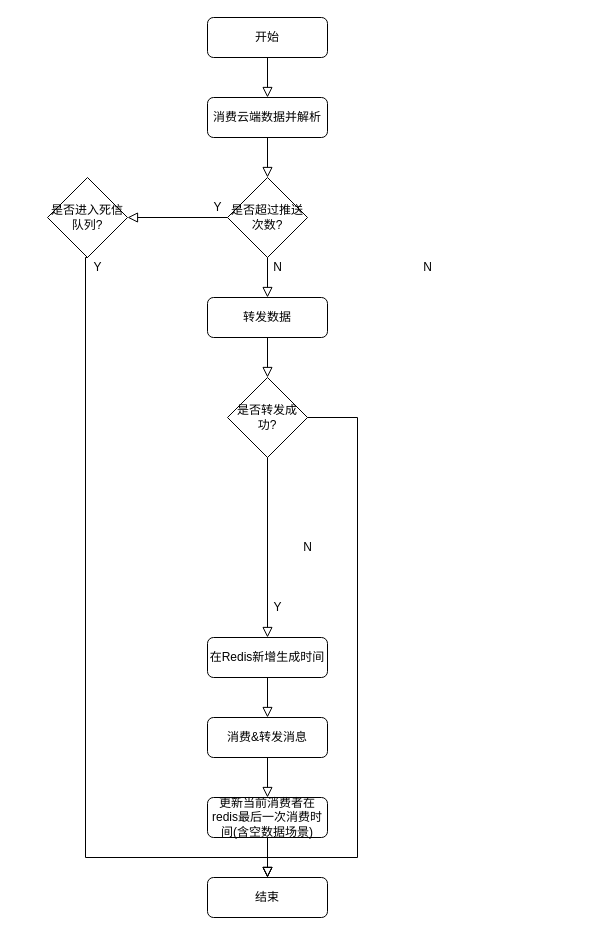
Earlier version of the draw.io diagram page "消费者消费流程" (3 of 5) of 懂牛生产者.drawio (yigoC/test). Source tidied: cells renumbered, new cells numbered last; positions are measured from the earlier drawing's top-left corner, leaving out a move shared by most shapes. Both pictures are drawn from the tidied source at 100%, with x=0, y=0 at pixel (47, 17).
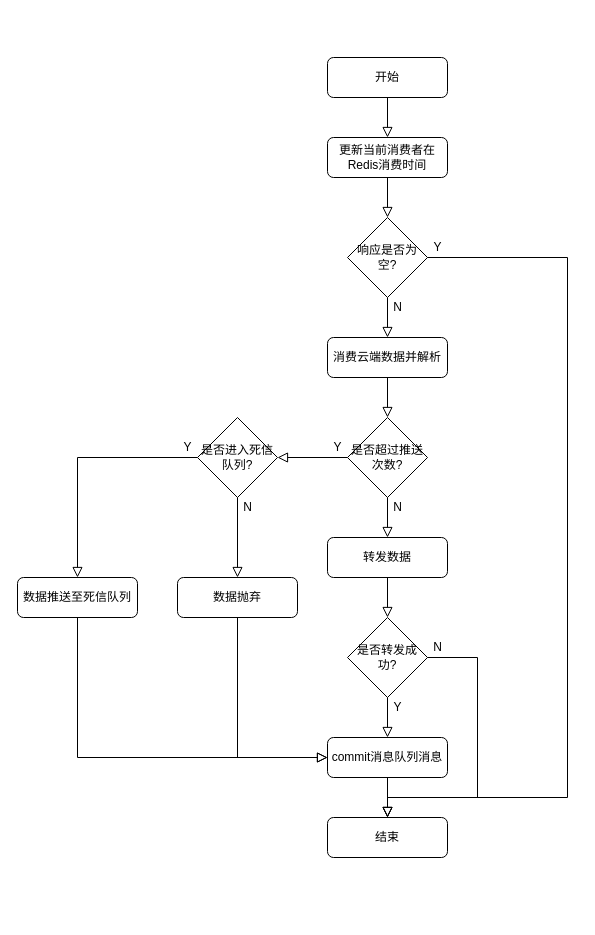
The same diagram, later.

The edit, as a diff of the source:
```diff
@@
-    <mxCell id="2" style="rounded=0;html=1;jettySize=auto;fontSize=11;endArrow=block;endFill=0;endSize=8;strokeWidth=1;shadow=0;labelBackgroundColor=none;edgeStyle=orthogonalEdgeStyle;entryX=0.5;entryY=0;entryDx=0;entryDy=0;" parent="1" edge="1" source="18" target="4">
+    <mxCell id="2" style="rounded=0;html=1;jettySize=auto;fontSize=11;endArrow=block;endFill=0;endSize=8;strokeWidth=1;shadow=0;labelBackgroundColor=none;edgeStyle=orthogonalEdgeStyle;entryX=0.5;entryY=0;entryDx=0;entryDy=0;exitX=0.5;exitY=1;exitDx=0;exitDy=0;" parent="1" edge="1" source="31" target="4">
       <mxGeometry relative="1" as="geometry" />
     </mxCell>
     <mxCell id="3" value="开始" style="rounded=1;whiteSpace=wrap;html=1;fontSize=12;glass=0;strokeWidth=1;shadow=0;" parent="1" vertex="1">
-      <mxGeometry x="160" width="120" height="40" as="geometry" />
+      <mxGeometry x="280" y="40" width="120" height="40" as="geometry" />
     </mxCell>
     <mxCell id="4" value="结束" style="rounded=1;whiteSpace=wrap;html=1;fontSize=12;glass=0;strokeWidth=1;shadow=0;" parent="1" vertex="1">
-      <mxGeometry x="160" y="860" width="120" height="40" as="geometry" />
+      <mxGeometry x="280" y="800" width="120" height="40" as="geometry" />
     </mxCell>
     <mxCell id="5" value="消费云端数据并解析" style="rounded=1;whiteSpace=wrap;html=1;fontSize=12;glass=0;strokeWidth=1;shadow=0;" parent="1" vertex="1">
-      <mxGeometry x="160" y="80" width="120" height="40" as="geometry" />
+      <mxGeometry x="280" y="320" width="120" height="40" as="geometry" />
     </mxCell>
-    <mxCell id="6" style="rounded=0;html=1;jettySize=auto;fontSize=11;endArrow=block;endFill=0;endSize=8;strokeWidth=1;shadow=0;labelBackgroundColor=none;edgeStyle=orthogonalEdgeStyle;" parent="1" edge="1" source="3" target="5">
+    <mxCell id="6" style="rounded=0;html=1;jettySize=auto;fontSize=11;endArrow=block;endFill=0;endSize=8;strokeWidth=1;shadow=0;labelBackgroundColor=none;edgeStyle=orthogonalEdgeStyle;" parent="1" edge="1" source="35" target="5">
       <mxGeometry relative="1" as="geometry" />
     </mxCell>
@@
-    <mxCell id="8" value="消费&amp;amp;转发消息" style="rounded=1;whiteSpace=wrap;html=1;fontSize=12;glass=0;strokeWidth=1;shadow=0;" parent="1" vertex="1">
-      <mxGeometry x="160" y="700" width="120" height="40" as="geometry" />
-    </mxCell>
-    <mxCell id="9" style="rounded=0;html=1;jettySize=auto;fontSize=11;endArrow=block;endFill=0;endSize=8;strokeWidth=1;shadow=0;labelBackgroundColor=none;edgeStyle=orthogonalEdgeStyle;" parent="1" edge="1" source="16" target="8">
-      <mxGeometry relative="1" as="geometry" />
-    </mxCell>
     <mxCell id="10" value="转发数据" style="rounded=1;whiteSpace=wrap;html=1;fontSize=12;glass=0;strokeWidth=1;shadow=0;" parent="1" vertex="1">
-      <mxGeometry x="160" y="280" width="120" height="40" as="geometry" />
+      <mxGeometry x="280" y="520" width="120" height="40" as="geometry" />
     </mxCell>
     <mxCell id="11" value="是否转发成功?" style="rhombus;whiteSpace=wrap;html=1;" parent="1" vertex="1">
-      <mxGeometry x="180" y="360" width="80" height="80" as="geometry" />
+      <mxGeometry x="300" y="600" width="80" height="80" as="geometry" />
     </mxCell>
@@
     <mxCell id="13" value="Y" style="text;html=1;align=center;verticalAlign=middle;" parent="1" vertex="1">
-      <mxGeometry x="220" y="580" width="20" height="20" as="geometry" />
+      <mxGeometry x="340" y="680" width="20" height="20" as="geometry" />
     </mxCell>
     <mxCell id="14" style="rounded=0;html=1;jettySize=auto;fontSize=11;endArrow=block;endFill=0;endSize=8;strokeWidth=1;shadow=0;labelBackgroundColor=none;edgeStyle=orthogonalEdgeStyle;entryX=0.5;entryY=0;entryDx=0;entryDy=0;exitX=1;exitY=0.5;exitDx=0;exitDy=0;" parent="1" edge="1" source="11" target="4">
       <mxGeometry relative="1" as="geometry">
         <Array as="points">
-          <mxPoint x="310" y="400" />
-          <mxPoint x="310" y="840" />
-          <mxPoint x="220" y="840" />
+          <mxPoint x="430" y="640" />
+          <mxPoint x="430" y="780" />
+          <mxPoint x="340" y="780" />
         </Array>
       </mxGeometry>
     </mxCell>
     <mxCell id="15" value="N" style="text;html=1;align=center;verticalAlign=middle;" parent="1" vertex="1">
-      <mxGeometry x="250" y="520" width="20" height="20" as="geometry" />
+      <mxGeometry x="380" y="620" width="20" height="20" as="geometry" />
     </mxCell>
-    <mxCell id="16" value="在Redis新增生成时间" style="rounded=1;whiteSpace=wrap;html=1;fontSize=12;glass=0;strokeWidth=1;shadow=0;" parent="1" vertex="1">
-      <mxGeometry x="160" y="620" width="120" height="40" as="geometry" />
-    </mxCell>
-    <mxCell id="17" style="rounded=0;html=1;jettySize=auto;fontSize=11;endArrow=block;endFill=0;endSize=8;strokeWidth=1;shadow=0;labelBackgroundColor=none;edgeStyle=orthogonalEdgeStyle;" parent="1" edge="1" source="11" target="16">
+    <mxCell id="17" style="rounded=0;html=1;jettySize=auto;fontSize=11;endArrow=block;endFill=0;endSize=8;strokeWidth=1;shadow=0;labelBackgroundColor=none;edgeStyle=orthogonalEdgeStyle;entryX=0.5;entryY=0;entryDx=0;entryDy=0;" parent="1" edge="1" source="11" target="31">
       <mxGeometry relative="1" as="geometry" />
     </mxCell>
-    <mxCell id="18" value="更新当前消费者在redis最后一次消费时间(含空数据场景)" style="rounded=1;whiteSpace=wrap;html=1;fontSize=12;glass=0;strokeWidth=1;shadow=0;" parent="1" vertex="1">
-      <mxGeometry x="160" y="780" width="120" height="40" as="geometry" />
-    </mxCell>
-    <mxCell id="19" style="rounded=0;html=1;jettySize=auto;fontSize=11;endArrow=block;endFill=0;endSize=8;strokeWidth=1;shadow=0;labelBackgroundColor=none;edgeStyle=orthogonalEdgeStyle;entryX=0.5;entryY=0;entryDx=0;entryDy=0;" parent="1" edge="1" source="8" target="18">
-      <mxGeometry relative="1" as="geometry" />
-    </mxCell>
     <mxCell id="20" value="是否超过推送次数?" style="rhombus;whiteSpace=wrap;html=1;" parent="1" vertex="1">
-      <mxGeometry x="180" y="160" width="80" height="80" as="geometry" />
+      <mxGeometry x="300" y="400" width="80" height="80" as="geometry" />
     </mxCell>
@@
     <mxCell id="23" value="是否进入死信队列?" style="rhombus;whiteSpace=wrap;html=1;" parent="1" vertex="1">
-      <mxGeometry y="160" width="80" height="80" as="geometry" />
+      <mxGeometry x="150" y="400" width="80" height="80" as="geometry" />
     </mxCell>
     <mxCell id="24" value="Y" style="text;html=1;align=center;verticalAlign=middle;" parent="1" vertex="1">
-      <mxGeometry x="160" y="180" width="20" height="20" as="geometry" />
+      <mxGeometry x="280" y="420" width="20" height="20" as="geometry" />
     </mxCell>
     <mxCell id="25" value="N" style="text;html=1;align=center;verticalAlign=middle;" parent="1" vertex="1">
-      <mxGeometry x="220" y="240" width="20" height="20" as="geometry" />
+      <mxGeometry x="340" y="480" width="20" height="20" as="geometry" />
     </mxCell>
-    <mxCell id="26" style="rounded=0;html=1;jettySize=auto;fontSize=11;endArrow=block;endFill=0;endSize=8;strokeWidth=1;shadow=0;labelBackgroundColor=none;edgeStyle=orthogonalEdgeStyle;exitX=0.5;exitY=1;exitDx=0;exitDy=0;" parent="1" edge="1" source="23">
+    <mxCell id="26" style="rounded=0;html=1;jettySize=auto;fontSize=11;endArrow=block;endFill=0;endSize=8;strokeWidth=1;shadow=0;labelBackgroundColor=none;edgeStyle=orthogonalEdgeStyle;exitX=0.5;exitY=1;exitDx=0;exitDy=0;entryX=0;entryY=0.5;entryDx=0;entryDy=0;" parent="1" edge="1" source="40" target="31">
       <mxGeometry relative="1" as="geometry">
-        <mxPoint x="220" y="860" as="targetPoint" />
         <Array as="points">
-          <mxPoint x="38" y="240" />
-          <mxPoint x="38" y="840" />
-          <mxPoint x="220" y="840" />
+          <mxPoint x="30" y="740" />
         </Array>
       </mxGeometry>
     </mxCell>
     <mxCell id="27" value="Y" style="text;html=1;align=center;verticalAlign=middle;" parent="1" vertex="1">
-      <mxGeometry x="40" y="240" width="20" height="20" as="geometry" />
+      <mxGeometry x="130" y="420" width="20" height="20" as="geometry" />
     </mxCell>
     <mxCell id="28" value="N" style="text;html=1;align=center;verticalAlign=middle;" parent="1" vertex="1">
-      <mxGeometry x="370" y="240" width="20" height="20" as="geometry" />
+      <mxGeometry x="190" y="480" width="20" height="20" as="geometry" />
     </mxCell>
+    <mxCell id="29" value="数据抛弃" style="rounded=1;whiteSpace=wrap;html=1;fontSize=12;glass=0;strokeWidth=1;shadow=0;" parent="1" vertex="1">
+      <mxGeometry x="130" y="560" width="120" height="40" as="geometry" />
+    </mxCell>
+    <mxCell id="30" style="rounded=0;html=1;jettySize=auto;fontSize=11;endArrow=block;endFill=0;endSize=8;strokeWidth=1;shadow=0;labelBackgroundColor=none;edgeStyle=orthogonalEdgeStyle;entryX=0.5;entryY=0;entryDx=0;entryDy=0;" parent="1" edge="1" source="23" target="29">
+      <mxGeometry relative="1" as="geometry" />
+    </mxCell>
+    <mxCell id="31" value="commit消息队列消息" style="rounded=1;whiteSpace=wrap;html=1;fontSize=12;glass=0;strokeWidth=1;shadow=0;" parent="1" vertex="1">
+      <mxGeometry x="280" y="720" width="120" height="40" as="geometry" />
+    </mxCell>
+    <mxCell id="32" style="rounded=0;html=1;jettySize=auto;fontSize=11;endArrow=block;endFill=0;endSize=8;strokeWidth=1;shadow=0;labelBackgroundColor=none;edgeStyle=orthogonalEdgeStyle;exitX=0.5;exitY=1;exitDx=0;exitDy=0;entryX=0;entryY=0.5;entryDx=0;entryDy=0;" parent="1" edge="1" source="29" target="31">
+      <mxGeometry relative="1" as="geometry" />
+    </mxCell>
+    <mxCell id="33" value="更新当前消费者在Redis消费时间" style="rounded=1;whiteSpace=wrap;html=1;fontSize=12;glass=0;strokeWidth=1;shadow=0;" parent="1" vertex="1">
+      <mxGeometry x="280" y="120" width="120" height="40" as="geometry" />
+    </mxCell>
+    <mxCell id="34" style="rounded=0;html=1;jettySize=auto;fontSize=11;endArrow=block;endFill=0;endSize=8;strokeWidth=1;shadow=0;labelBackgroundColor=none;edgeStyle=orthogonalEdgeStyle;" parent="1" edge="1" source="3" target="33">
+      <mxGeometry relative="1" as="geometry" />
+    </mxCell>
+    <mxCell id="35" value="响应是否为空?" style="rhombus;whiteSpace=wrap;html=1;" parent="1" vertex="1">
+      <mxGeometry x="300" y="200" width="80" height="80" as="geometry" />
+    </mxCell>
+    <mxCell id="36" style="rounded=0;html=1;jettySize=auto;fontSize=11;endArrow=block;endFill=0;endSize=8;strokeWidth=1;shadow=0;labelBackgroundColor=none;edgeStyle=orthogonalEdgeStyle;" parent="1" edge="1" source="33" target="35">
+      <mxGeometry relative="1" as="geometry" />
+    </mxCell>
+    <mxCell id="37" value="N" style="text;html=1;align=center;verticalAlign=middle;" parent="1" vertex="1">
+      <mxGeometry x="340" y="280" width="20" height="20" as="geometry" />
+    </mxCell>
+    <mxCell id="38" style="rounded=0;html=1;jettySize=auto;fontSize=11;endArrow=block;endFill=0;endSize=8;strokeWidth=1;shadow=0;labelBackgroundColor=none;edgeStyle=orthogonalEdgeStyle;exitX=1;exitY=0.5;exitDx=0;exitDy=0;" parent="1" edge="1" source="35">
+      <mxGeometry relative="1" as="geometry">
+        <mxPoint x="340" y="800" as="targetPoint" />
+        <Array as="points">
+          <mxPoint x="520" y="240" />
+          <mxPoint x="520" y="780" />
+          <mxPoint x="340" y="780" />
+        </Array>
+      </mxGeometry>
+    </mxCell>
+    <mxCell id="39" value="Y" style="text;html=1;align=center;verticalAlign=middle;" parent="1" vertex="1">
+      <mxGeometry x="380" y="220" width="20" height="20" as="geometry" />
+    </mxCell>
+    <mxCell id="40" value="数据推送至死信队列" style="rounded=1;whiteSpace=wrap;html=1;fontSize=12;glass=0;strokeWidth=1;shadow=0;" parent="1" vertex="1">
+      <mxGeometry x="-30" y="560" width="120" height="40" as="geometry" />
+    </mxCell>
+    <mxCell id="41" style="rounded=0;html=1;jettySize=auto;fontSize=11;endArrow=block;endFill=0;endSize=8;strokeWidth=1;shadow=0;labelBackgroundColor=none;edgeStyle=orthogonalEdgeStyle;exitX=0;exitY=0.5;exitDx=0;exitDy=0;entryX=0.5;entryY=0;entryDx=0;entryDy=0;" parent="1" edge="1" source="23" target="40">
+      <mxGeometry relative="1" as="geometry" />
+    </mxCell>
```
